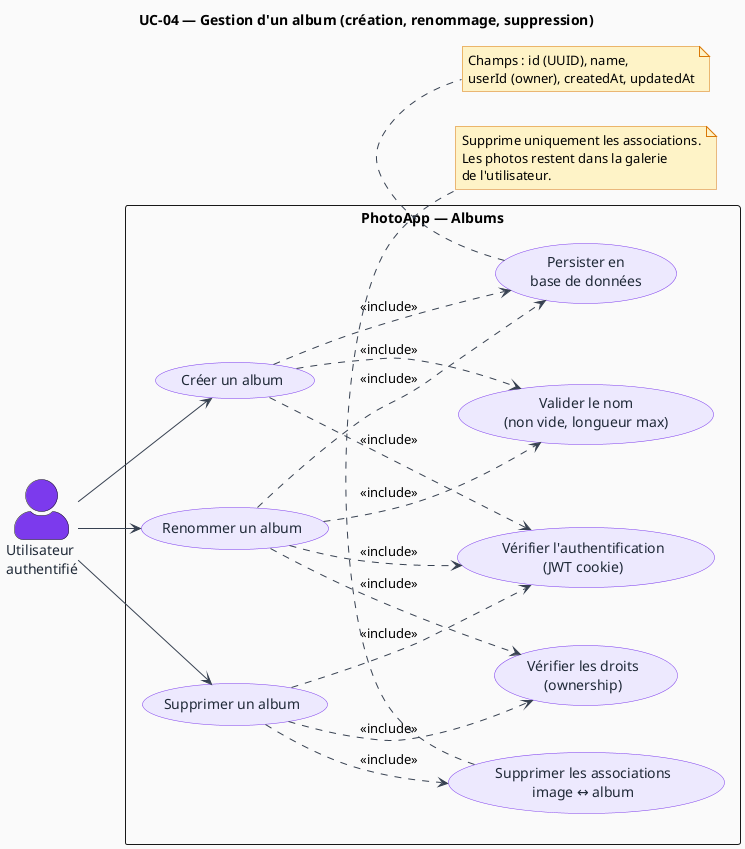
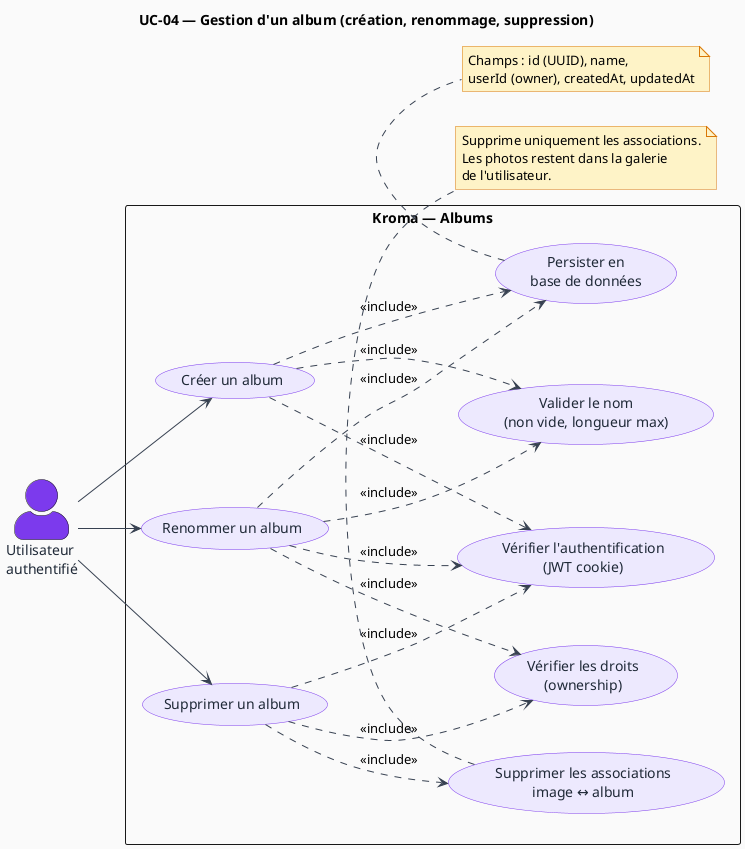
@startuml UC-04 — Gestion d'un album

title UC-04 — Gestion d'un album (création, renommage, suppression)

left to right direction

skinparam actorStyle awesome
skinparam backgroundColor #FAFAFA
skinparam usecase {
  BackgroundColor #EDE9FE
  BorderColor #7C3AED
  FontColor #1F2937
}
skinparam actor {
  BackgroundColor #7C3AED
  FontColor #1F2937
}
skinparam arrow {
  Color #374151
}
skinparam note {
  BackgroundColor #FEF3C7
  BorderColor #D97706
}

actor "Utilisateur\nauthentifié" as User

- rectangle "PhotoApp — Albums" {
+ rectangle "Kroma — Albums" {

  usecase "Créer un album" as UC_Create
  usecase "Renommer un album" as UC_Rename
  usecase "Supprimer un album" as UC_Delete

  usecase "Vérifier l'authentification\n(JWT cookie)" as UC_Auth
  usecase "Vérifier les droits\n(ownership)" as UC_CheckOwner
  usecase "Valider le nom\n(non vide, longueur max)" as UC_Validate
  usecase "Persister en\nbase de données" as UC_Persist
  usecase "Supprimer les associations\nimage ↔ album" as UC_DeleteLinks

}

User --> UC_Create
User --> UC_Rename
User --> UC_Delete

UC_Create ..> UC_Auth        : <<include>>
UC_Create ..> UC_Validate    : <<include>>
UC_Create ..> UC_Persist     : <<include>>

UC_Rename ..> UC_Auth        : <<include>>
UC_Rename ..> UC_CheckOwner  : <<include>>
UC_Rename ..> UC_Validate    : <<include>>
UC_Rename ..> UC_Persist     : <<include>>

UC_Delete ..> UC_Auth        : <<include>>
UC_Delete ..> UC_CheckOwner  : <<include>>
UC_Delete ..> UC_DeleteLinks : <<include>>

note bottom of UC_Persist
  Champs : id (UUID), name,
  userId (owner), createdAt, updatedAt
end note

note bottom of UC_DeleteLinks
  Supprime uniquement les associations.
  Les photos restent dans la galerie
  de l'utilisateur.
end note

@enduml
